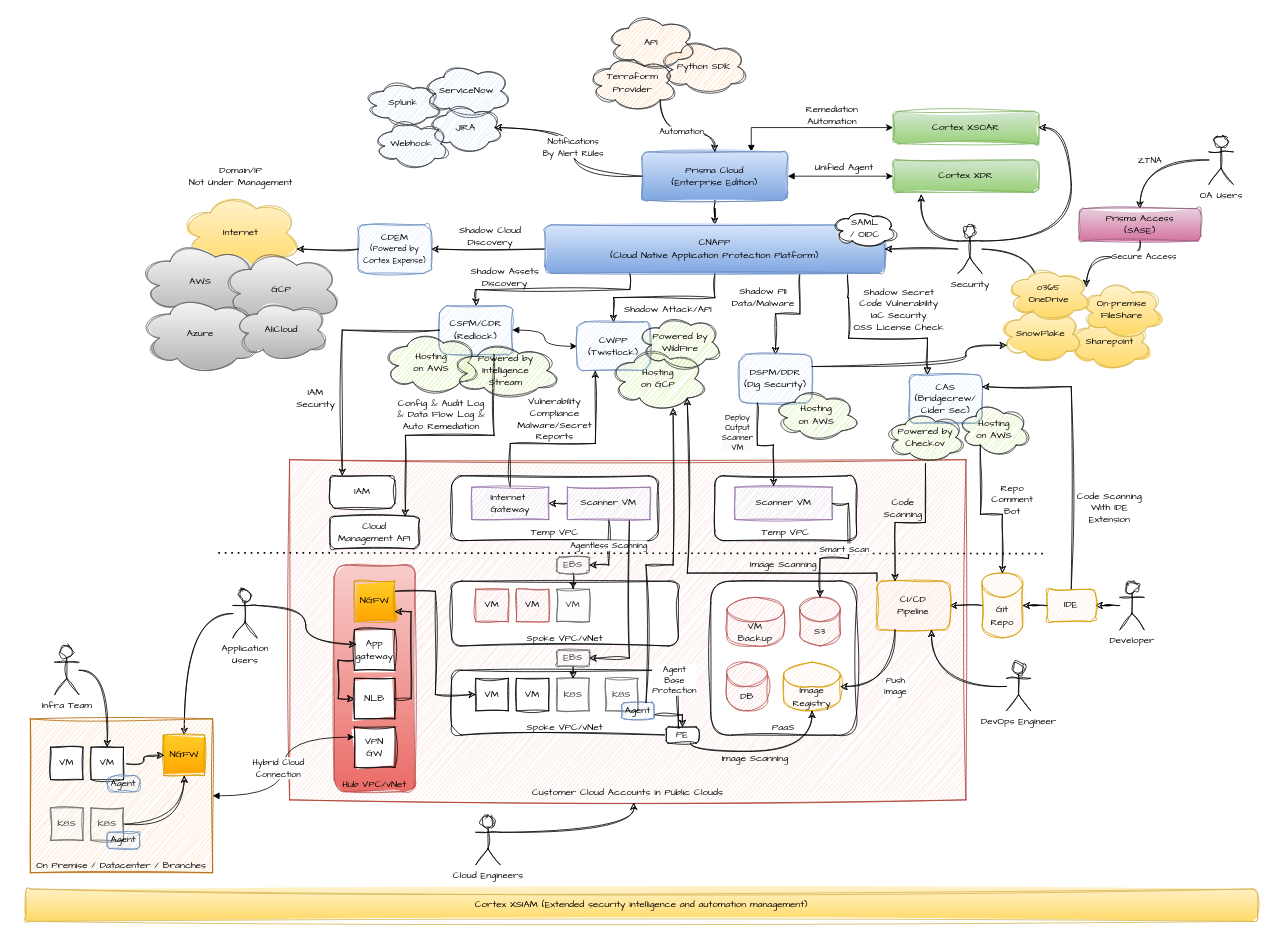
This is page "CNAPP" (1 of 2) of Prisma Cloud - Full Picture.drawio from billhoph/whiteboards, a draw.io file, before an edit. Source tidied: cells renumbered, new cells numbered last; positions are measured from the earlier drawing's top-left corner, leaving out a move shared by most shapes. Both pictures are drawn from the tidied source at 81%, with x=0, y=0 at pixel (25, 14). Pictures stored in the file or linked from it are replaced by grey dashed boxes.
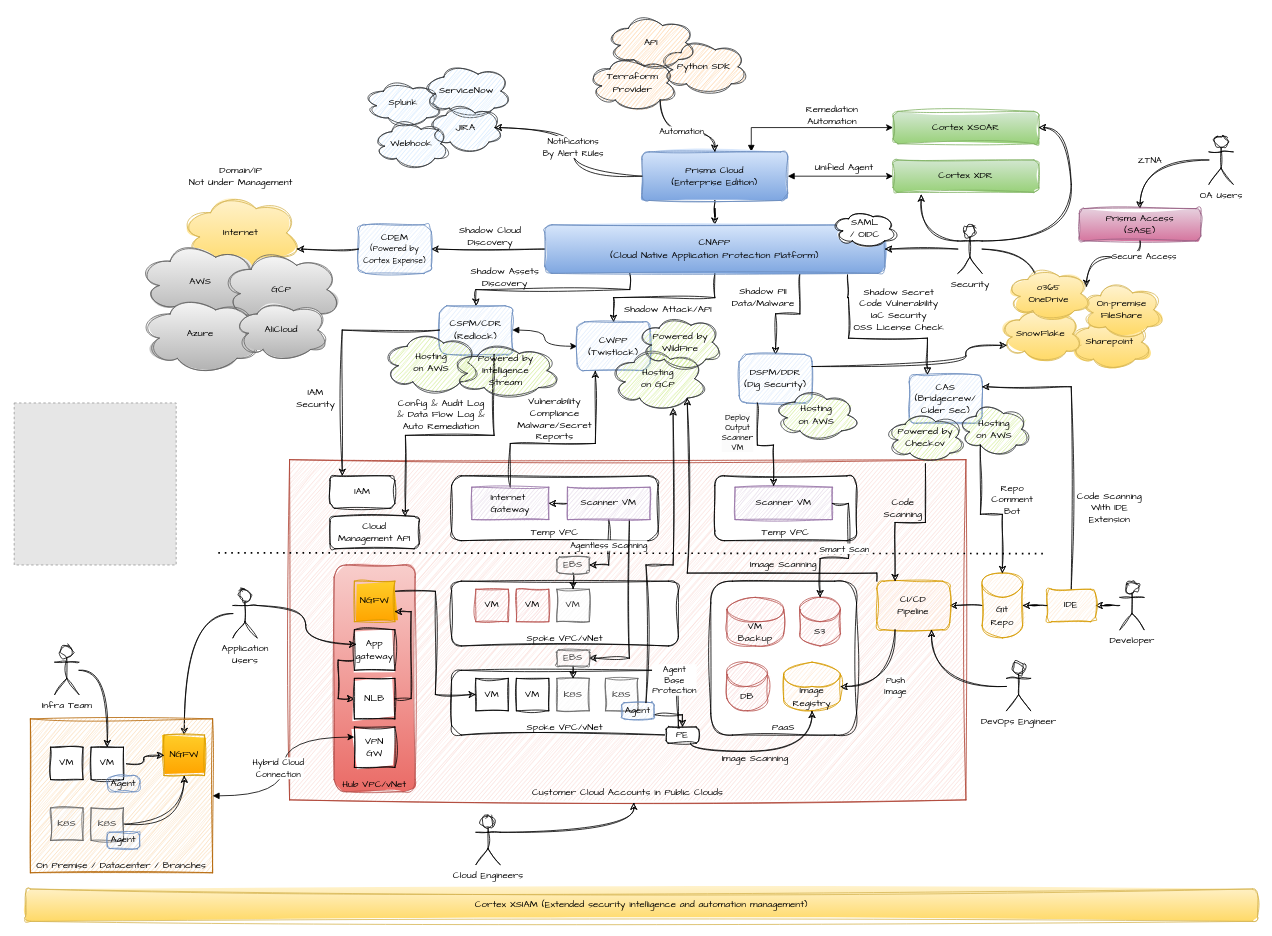
The same page after the edit.

What changed in the source:
```diff
@@
+    <mxCell id="154" style="fillColor=#E6E6E6;strokeColor=#999999;dashed=1;verticalLabelPosition=bottom;verticalAlign=top;fontFamily=Architects Daughter;" parent="1" vertex="1">
+      <mxGeometry x="-14" y="480" width="200" height="200" as="geometry" />
+    </mxCell>
```
